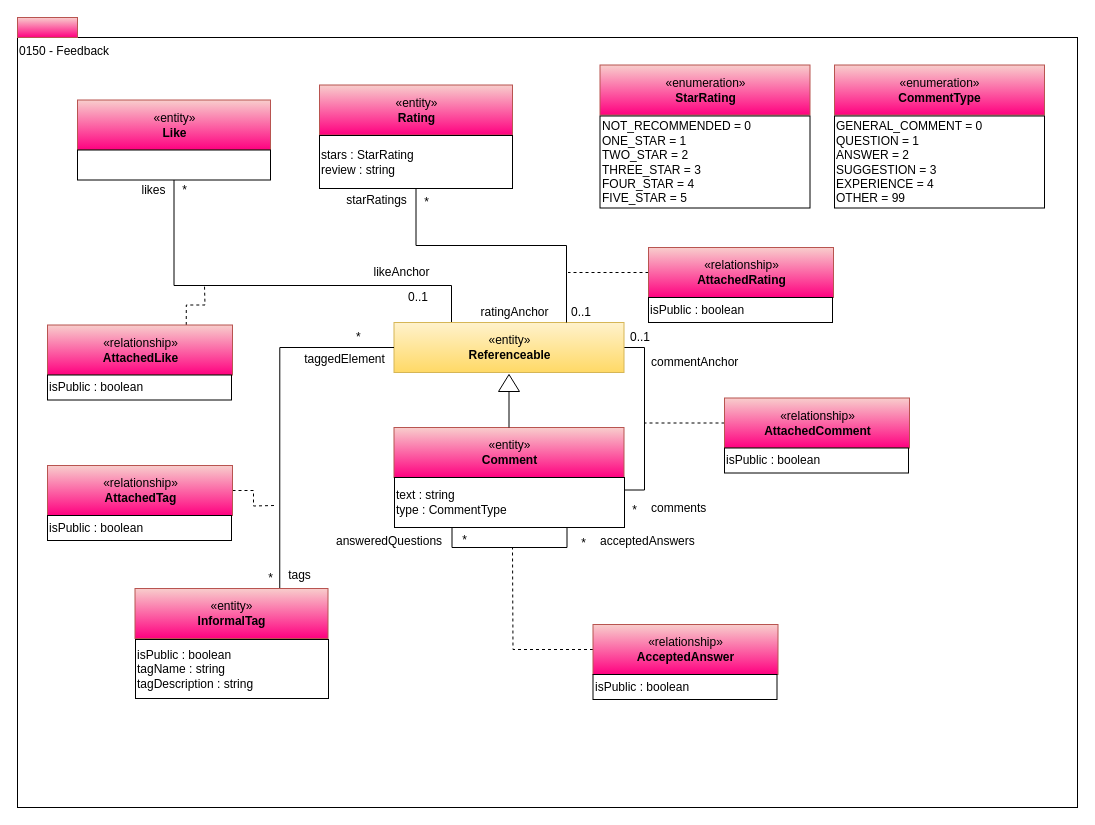
Above: page "0150-Feedback" (11 of 13) of open-metadata-publication/website/open-metadata-types/area-1-collaboration.drawio in planetf1/egeria (draw.io), before the change. Source tidied: cells renumbered, new cells numbered last; positions are measured from the earlier drawing's top-left corner, leaving out a move shared by most shapes. Both pictures are drawn from the tidied source at 100%, with x=0, y=0 at pixel (17, 17).
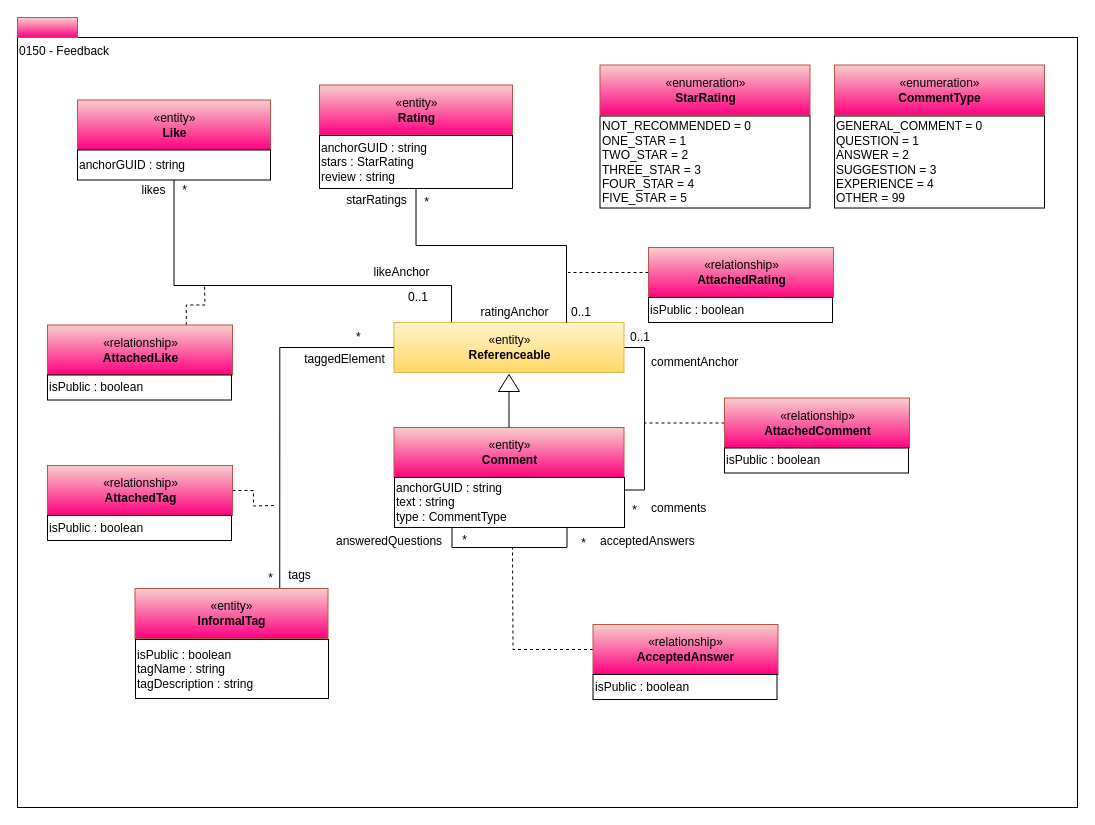
The same diagram, later.

Diff of the diagram source:
```diff
@@
-    <mxCell id="6" value="text : string&lt;br&gt;type : CommentType&lt;br&gt;" style="rounded=0;whiteSpace=wrap;html=1;align=left;" parent="1" vertex="1">
+    <mxCell id="6" value="anchorGUID : string&lt;br&gt;text : string&lt;br&gt;type : CommentType&lt;br&gt;" style="rounded=0;whiteSpace=wrap;html=1;align=left;" parent="1" vertex="1">
       <mxGeometry x="377" y="460" width="230" height="50" as="geometry" />
     </mxCell>
@@
-    <mxCell id="11" style="rounded=0;whiteSpace=wrap;html=1;align=left;" parent="1" vertex="1">
+    <mxCell id="11" value="anchorGUID : string" style="rounded=0;whiteSpace=wrap;html=1;align=left;" parent="1" vertex="1">
       <mxGeometry x="60" y="132.5" width="193" height="30" as="geometry" />
     </mxCell>
@@
-    <mxCell id="37" value="stars : StarRating&lt;br&gt;review : string&lt;br&gt;" style="rounded=0;whiteSpace=wrap;html=1;align=left;" parent="1" vertex="1">
+    <mxCell id="37" value="anchorGUID : string&lt;br&gt;stars : StarRating&lt;br&gt;review : string&lt;br&gt;" style="rounded=0;whiteSpace=wrap;html=1;align=left;" parent="1" vertex="1">
       <mxGeometry x="302" y="118" width="193" height="53" as="geometry" />
     </mxCell>
```
